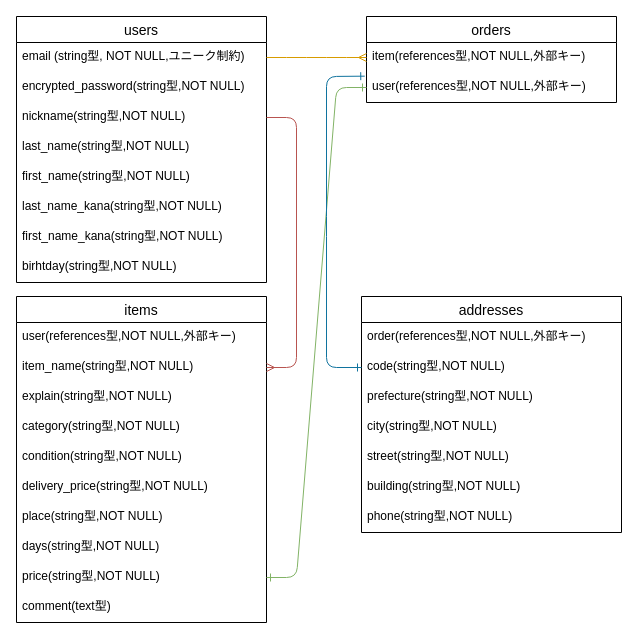
Before: furima.dio in ryusi11/furima-39611, a draw.io diagram. Source tidied: cells renumbered, new cells numbered last; positions are measured from the earlier drawing's top-left corner, leaving out a move shared by most shapes. Both pictures are drawn from the tidied source at 100%, with x=0, y=0 at pixel (16, 16).
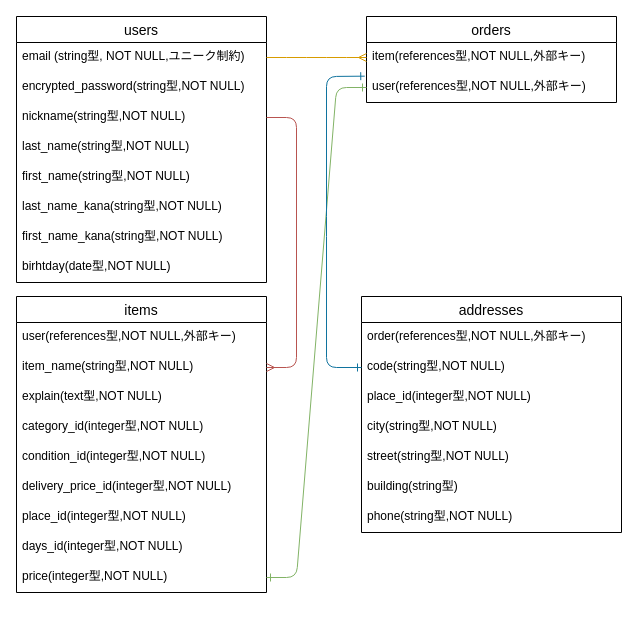
The same diagram, later.

Commit message (it also covers changes not shown here):
データベース設計d

The change refers to these unchanged cells:
```xml
<mxCell id="16" value="users" style="swimlane;fontStyle=0;horizontal=1;startSize=26;align=center;fontSize=14;" parent="1" vertex="1">
  <mxGeometry width="250" height="266" as="geometry" />
</mxCell>
<mxCell id="25" value="addresses" style="swimlane;fontStyle=0;horizontal=1;startSize=26;align=center;fontSize=14;" parent="1" vertex="1">
  <mxGeometry x="345" y="280" width="260" height="236" as="geometry" />
</mxCell>
```

What changed in the source:
```diff
@@
     <mxCell id="2" value="items" style="swimlane;fontStyle=0;horizontal=1;startSize=26;align=center;fontSize=14;" parent="1" vertex="1">
-      <mxGeometry y="280" width="250" height="326" as="geometry" />
+      <mxGeometry y="280" width="250" height="296" as="geometry" />
     </mxCell>
@@
-    <mxCell id="5" value="explain(string型,NOT NULL)" style="text;strokeColor=none;fillColor=none;spacingLeft=4;spacingRight=4;overflow=hidden;fontSize=12;" parent="2" vertex="1">
+    <mxCell id="5" value="explain(text型,NOT NULL)" style="text;strokeColor=none;fillColor=none;spacingLeft=4;spacingRight=4;overflow=hidden;fontSize=12;" parent="2" vertex="1">
       <mxGeometry y="86" width="250" height="30" as="geometry" />
     </mxCell>
-    <mxCell id="6" value="category(string型,NOT NULL)" style="text;strokeColor=none;fillColor=none;spacingLeft=4;spacingRight=4;overflow=hidden;fontSize=12;" parent="2" vertex="1">
+    <mxCell id="6" value="category_id(integer型,NOT NULL)" style="text;strokeColor=none;fillColor=none;spacingLeft=4;spacingRight=4;overflow=hidden;fontSize=12;" parent="2" vertex="1">
       <mxGeometry y="116" width="250" height="30" as="geometry" />
     </mxCell>
-    <mxCell id="7" value="condition(string型,NOT NULL)" style="text;strokeColor=none;fillColor=none;spacingLeft=4;spacingRight=4;overflow=hidden;fontSize=12;" parent="2" vertex="1">
+    <mxCell id="7" value="condition_id(integer型,NOT NULL)" style="text;strokeColor=none;fillColor=none;spacingLeft=4;spacingRight=4;overflow=hidden;fontSize=12;" parent="2" vertex="1">
       <mxGeometry y="146" width="250" height="30" as="geometry" />
     </mxCell>
-    <mxCell id="8" value="delivery_price(string型,NOT NULL)" style="text;strokeColor=none;fillColor=none;spacingLeft=4;spacingRight=4;overflow=hidden;fontSize=12;" parent="2" vertex="1">
+    <mxCell id="8" value="delivery_price_id(integer型,NOT NULL)" style="text;strokeColor=none;fillColor=none;spacingLeft=4;spacingRight=4;overflow=hidden;fontSize=12;" parent="2" vertex="1">
       <mxGeometry y="176" width="250" height="30" as="geometry" />
     </mxCell>
-    <mxCell id="9" value="place(string型,NOT NULL)" style="text;strokeColor=none;fillColor=none;spacingLeft=4;spacingRight=4;overflow=hidden;fontSize=12;" parent="2" vertex="1">
+    <mxCell id="9" value="place_id(integer型,NOT NULL)" style="text;strokeColor=none;fillColor=none;spacingLeft=4;spacingRight=4;overflow=hidden;fontSize=12;" parent="2" vertex="1">
       <mxGeometry y="206" width="250" height="30" as="geometry" />
     </mxCell>
-    <mxCell id="10" value="days(string型,NOT NULL)" style="text;strokeColor=none;fillColor=none;spacingLeft=4;spacingRight=4;overflow=hidden;fontSize=12;" parent="2" vertex="1">
+    <mxCell id="10" value="days_id(integer型,NOT NULL)" style="text;strokeColor=none;fillColor=none;spacingLeft=4;spacingRight=4;overflow=hidden;fontSize=12;" parent="2" vertex="1">
       <mxGeometry y="236" width="250" height="30" as="geometry" />
     </mxCell>
-    <mxCell id="11" value="price(string型,NOT NULL)" style="text;strokeColor=none;fillColor=none;spacingLeft=4;spacingRight=4;overflow=hidden;points=[[0,0.5],[1,0.5]];portConstraint=eastwest;fontSize=12;" parent="2" vertex="1">
+    <mxCell id="11" value="price(integer型,NOT NULL)" style="text;strokeColor=none;fillColor=none;spacingLeft=4;spacingRight=4;overflow=hidden;points=[[0,0.5],[1,0.5]];portConstraint=eastwest;fontSize=12;" parent="2" vertex="1">
       <mxGeometry y="266" width="250" height="30" as="geometry" />
     </mxCell>
-    <mxCell id="12" value="comment(text型)" style="text;strokeColor=none;fillColor=none;spacingLeft=4;spacingRight=4;overflow=hidden;fontSize=12;" parent="2" vertex="1">
-      <mxGeometry y="296" width="250" height="30" as="geometry" />
-    </mxCell>
@@
-    <mxCell id="24" value="birhtday(string型,NOT NULL)" style="text;strokeColor=none;fillColor=none;spacingLeft=4;spacingRight=4;overflow=hidden;fontSize=12;" parent="16" vertex="1">
+    <mxCell id="24" value="birhtday(date型,NOT NULL)" style="text;strokeColor=none;fillColor=none;spacingLeft=4;spacingRight=4;overflow=hidden;fontSize=12;" parent="16" vertex="1">
       <mxGeometry y="236" width="250" height="30" as="geometry" />
     </mxCell>
@@
-    <mxCell id="28" value="prefecture(string型,NOT NULL)" style="text;strokeColor=none;fillColor=none;spacingLeft=4;spacingRight=4;overflow=hidden;fontSize=12;" parent="25" vertex="1">
+    <mxCell id="28" value="place_id(integer型,NOT NULL)" style="text;strokeColor=none;fillColor=none;spacingLeft=4;spacingRight=4;overflow=hidden;fontSize=12;" parent="25" vertex="1">
       <mxGeometry y="86" width="260" height="30" as="geometry" />
     </mxCell>
@@
-    <mxCell id="31" value="building(string型,NOT NULL)" style="text;strokeColor=none;fillColor=none;spacingLeft=4;spacingRight=4;overflow=hidden;fontSize=12;" parent="25" vertex="1">
+    <mxCell id="31" value="building(string型)" style="text;strokeColor=none;fillColor=none;spacingLeft=4;spacingRight=4;overflow=hidden;fontSize=12;" parent="25" vertex="1">
       <mxGeometry y="176" width="260" height="30" as="geometry" />
     </mxCell>
```
